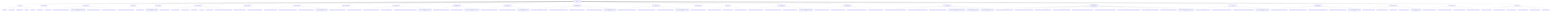
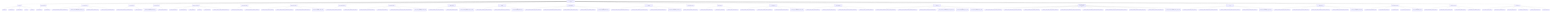
graph TD
    root["ToneSoul Documentation Authority"]
    root --> entrypoints["Entry Points"]
    entrypoints --> entrypoints_1["README.md"]
    entrypoints --> entrypoints_2["README.zh-TW.md"]
    entrypoints --> entrypoints_3["AI_ONBOARDING.md"]
    entrypoints --> entrypoints_4["INDEX.md"]
    entrypoints --> entrypoints_5["README.md"]
    root --> ai_operational_guides["AI Operational Guides"]
    ai_operational_guides --> ai_operational_guides_1["AI_QUICKSTART.md"]
    ai_operational_guides --> ai_operational_guides_2["AI_REFERENCE.md"]
    root --> canonical_architecture["Canonical Architecture"]
    canonical_architecture --> canonical_architecture_1["TONESOUL_EXTERNALIZED_COGNITIVE_ARCHITECTURE.md"]
    canonical_architecture --> canonical_architecture_2["TONESOUL_ARCHITECTURE_MEMORY_ANCHOR_2026-03-22.md"]
    canonical_architecture --> canonical_architecture_3["KNOWLEDGE_SURFACES_BOUNDARY_MAP.md"]
    canonical_architecture --> canonical_architecture_4["TONESOUL_EIGHT_LAYER_CONVERGENCE_MAP.md"]
    root --> deep_system_maps["Deep System Maps"]
    deep_system_maps --> deep_system_maps_1["TONESOUL_SYSTEM_OVERVIEW_AND_SUBSYSTEM_GUIDE.md"]
    deep_system_maps --> deep_system_maps_2["TONESOUL_ANATOMY.md"]
    root --> interpretive_readings["Interpretive Readings"]
    interpretive_readings --> interpretive_readings_1["TONESOUL_DEEP_READING_ANCHOR_2026-03-26.md"]
    interpretive_readings --> interpretive_readings_2["TONESOUL_CODEX_READING.md"]
    root --> governance_execution["Governance And Execution"]
    governance_execution --> governance_execution_1["7D_AUDIT_FRAMEWORK.md"]
    governance_execution --> governance_execution_2["7D_EXECUTION_SPEC.md"]
    governance_execution --> governance_execution_3["AUDIT_CONTRACT.md"]
    governance_execution --> governance_execution_4["API_SPEC.md"]
    governance_execution --> governance_execution_5["COUNCIL_RUNTIME.md"]
    governance_execution --> governance_execution_6["TONESOUL_SHARED_R_MEMORY_OPERATIONS_CONTRACT.md"]
    root --> claim_authority_distillation["Claim Authority Distillation"]
    claim_authority_distillation --> claim_authority_distillation_1["TONESOUL_CLAIM_AUTHORITY_MATRIX.md"]
    claim_authority_distillation --> claim_authority_distillation_2["TONESOUL_LAW_RUNTIME_BOUNDARY_CONTRACT.md"]
    root --> evidence_topology_and_verifiability["Evidence And Verifiability"]
    evidence_topology_and_verifiability --> evidence_topology_and_verifiability_1["TONESOUL_CLAIM_TO_EVIDENCE_MATRIX.md"]
    evidence_topology_and_verifiability --> evidence_topology_and_verifiability_2["TONESOUL_EVIDENCE_LADDER_AND_VERIFIABILITY_CONTRACT.md"]
    evidence_topology_and_verifiability --> evidence_topology_and_verifiability_3["TONESOUL_TEST_AND_VALIDATION_TOPOLOGY_MAP.md"]
    evidence_topology_and_verifiability --> evidence_topology_and_verifiability_4["tonesoul_evidence_followup_candidates_2026-03-29.md"]
    root --> subject_refresh_boundaries["Subject Refresh Boundaries"]
    subject_refresh_boundaries --> subject_refresh_boundaries_1["TONESOUL_SUBJECT_REFRESH_BOUNDARY_CONTRACT.md"]
    subject_refresh_boundaries --> subject_refresh_boundaries_2["TONESOUL_SUBJECT_SNAPSHOT_FIELD_LANES.md"]
    root --> control_plane_discipline["Control Plane Discipline"]
    control_plane_discipline --> control_plane_discipline_1["TONESOUL_TASK_TRACK_AND_READINESS_CONTRACT.md"]
    control_plane_discipline --> control_plane_discipline_2["TONESOUL_PLAN_DELTA_CONTRACT.md"]
    control_plane_discipline --> control_plane_discipline_3["TONESOUL_MIRROR_RUPTURE_FAIL_STOP_AND_LOW_DRIFT_ANCHOR_CONTRACT.md"]
    control_plane_discipline --> control_plane_discipline_4["tonesoul_control_plane_followup_candidates_2026-03-28.md"]
    root --> observable_shell_and_axiom_boundaries["Observable-Shell And Axiom Boundaries"]
    observable_shell_and_axiom_boundaries --> observable_shell_and_axiom_boundaries_1["TONESOUL_OBSERVABLE_SHELL_OPACITY_CONTRACT.md"]
    observable_shell_and_axiom_boundaries --> observable_shell_and_axiom_boundaries_2["TONESOUL_AXIOM_FALSIFICATION_MAP.md"]
    observable_shell_and_axiom_boundaries --> observable_shell_and_axiom_boundaries_3["tonesoul_observability_and_axiom_adoption_review_2026-03-28.md"]
    root --> council_deliberation_discipline["Council Deliberation Discipline"]
    council_deliberation_discipline --> council_deliberation_discipline_1["TONESOUL_COUNCIL_DOSSIER_AND_DISSENT_CONTRACT.md"]
    council_deliberation_discipline --> council_deliberation_discipline_2["TONESOUL_ADAPTIVE_DELIBERATION_MODE_CONTRACT.md"]
    council_deliberation_discipline --> council_deliberation_discipline_3["tonesoul_council_followup_candidates_2026-03-28.md"]
    root --> continuity_import_and_receiver_discipline["Continuity Import And Receiver Discipline"]
    continuity_import_and_receiver_discipline --> continuity_import_and_receiver_discipline_1["TONESOUL_CONTINUITY_IMPORT_AND_DECAY_CONTRACT.md"]
    continuity_import_and_receiver_discipline --> continuity_import_and_receiver_discipline_2["TONESOUL_RECEIVER_INTERPRETATION_BOUNDARY_CONTRACT.md"]
    continuity_import_and_receiver_discipline --> continuity_import_and_receiver_discipline_3["TONESOUL_CONTINUITY_SURFACE_LIFECYCLE_MAP.md"]
    continuity_import_and_receiver_discipline --> continuity_import_and_receiver_discipline_4["TONESOUL_WORKING_STYLE_CONTINUITY_CONTRACT.md"]
    continuity_import_and_receiver_discipline --> continuity_import_and_receiver_discipline_5["tonesoul_continuity_followup_candidates_2026-03-29.md"]
    root --> council_realism_and_calibration["Council Realism And Calibration"]
    council_realism_and_calibration --> council_realism_and_calibration_1["TONESOUL_COUNCIL_REALISM_AND_INDEPENDENCE_CONTRACT.md"]
    council_realism_and_calibration --> council_realism_and_calibration_2["TONESOUL_COUNCIL_CONFIDENCE_AND_CALIBRATION_MAP.md"]
    council_realism_and_calibration --> council_realism_and_calibration_3["TONESOUL_ADVERSARIAL_DELIBERATION_ADOPTION_MAP.md"]
    council_realism_and_calibration --> council_realism_and_calibration_4["tonesoul_council_realism_followup_candidates_2026-03-29.md"]
    root --> context_continuity_adoption["Context Continuity Adoption"]
    context_continuity_adoption --> context_continuity_adoption_1["TONESOUL_CONTEXT_CONTINUITY_ADOPTION_MAP.md"]
    root --> prompt_discipline_skeleton["Prompt Discipline"]
    prompt_discipline_skeleton --> prompt_discipline_skeleton_1["TONESOUL_PROMPT_DISCIPLINE_SKELETON.md"]
    prompt_discipline_skeleton --> prompt_discipline_skeleton_2["TONESOUL_PROMPT_VARIANTS.md"]
    prompt_discipline_skeleton --> prompt_discipline_skeleton_3["TONESOUL_PROMPT_STARTER_CARDS.md"]
    root --> prompt_surface_topology_and_adoption["Prompt Surface Topology And Adoption"]
    prompt_surface_topology_and_adoption --> prompt_surface_topology_and_adoption_1["TONESOUL_PROMPT_SURFACE_ADOPTION_MATRIX.md"]
    prompt_surface_topology_and_adoption --> prompt_surface_topology_and_adoption_2["TONESOUL_PROMPT_SURFACE_BOUNDARY_CONTRACT.md"]
    prompt_surface_topology_and_adoption --> prompt_surface_topology_and_adoption_3["TONESOUL_PROMPT_SURFACE_TOPOLOGY_MAP.md"]
    prompt_surface_topology_and_adoption --> prompt_surface_topology_and_adoption_4["tonesoul_prompt_adoption_followup_candidates_2026-03-29.md"]
    root --> reality_alignment_and_render_boundaries["Reality Alignment And Render Boundaries"]
    reality_alignment_and_render_boundaries --> reality_alignment_and_render_boundaries_1["TONESOUL_ENTRY_SURFACE_REALITY_BASELINE.md"]
    reality_alignment_and_render_boundaries --> reality_alignment_and_render_boundaries_2["TONESOUL_DOC_METRIC_AND_COUNT_METHOD.md"]
    reality_alignment_and_render_boundaries --> reality_alignment_and_render_boundaries_3["TONESOUL_RENDER_LAYER_AND_ENCODING_BOUNDARY_CONTRACT.md"]
    reality_alignment_and_render_boundaries --> reality_alignment_and_render_boundaries_4["TONESOUL_DOC_DRIFT_AND_CONFLICT_REGISTER.md"]
    root --> successor_continuity_and_hot_memory["Successor Continuity And Hot Memory"]
    successor_continuity_and_hot_memory --> successor_continuity_and_hot_memory_1["TONESOUL_SUCCESSOR_COLLABORATION_AND_HOT_MEMORY_CONTRACT.md"]
    successor_continuity_and_hot_memory --> successor_continuity_and_hot_memory_2["TONESOUL_LOW_DRIFT_ANCHOR_SOURCE_PRECEDENCE_CONTRACT.md"]
    successor_continuity_and_hot_memory --> successor_continuity_and_hot_memory_3["TONESOUL_HOT_MEMORY_DECAY_AND_COMPRESSION_MAP.md"]
    successor_continuity_and_hot_memory --> successor_continuity_and_hot_memory_4["tonesoul_successor_collaboration_and_hot_memory_program_2026-04-02.md"]
    successor_continuity_and_hot_memory --> successor_continuity_and_hot_memory_5["tonesoul_subsystem_parity_and_gap_map_2026-04-02.md"]
    successor_continuity_and_hot_memory --> successor_continuity_and_hot_memory_6["tonesoul_successor_sidecar_residue_triage_2026-04-02.md"]
    root --> research_driven_memory_interop_and_knowledge_layer["Research-Driven Memory Interop And Knowledge Layer"]
    research_driven_memory_interop_and_knowledge_layer --> research_driven_memory_interop_and_knowledge_layer_1["TONESOUL_CROSS_AGENT_MEMORY_CONSUMER_CONTRACT.md"]
    research_driven_memory_interop_and_knowledge_layer --> research_driven_memory_interop_and_knowledge_layer_2["TONESOUL_CLAUDE_COMPATIBLE_ENTRY_ADAPTER_CONTRACT.md"]
    research_driven_memory_interop_and_knowledge_layer --> research_driven_memory_interop_and_knowledge_layer_3["TONESOUL_KNOWLEDGE_LAYER_BOUNDARY_CONTRACT.md"]
    research_driven_memory_interop_and_knowledge_layer --> research_driven_memory_interop_and_knowledge_layer_4["TONESOUL_LAUNCH_HEALTH_TREND_READOUT_CONTRACT.md"]
    research_driven_memory_interop_and_knowledge_layer --> research_driven_memory_interop_and_knowledge_layer_5["TONESOUL_INTERNAL_STATE_OBSERVABILITY_REALITY_CHECK_CONTRACT.md"]
    research_driven_memory_interop_and_knowledge_layer --> research_driven_memory_interop_and_knowledge_layer_6["TONESOUL_SURFACE_VERSIONING_AND_CONSUMER_LINEAGE_CONTRACT.md"]
    research_driven_memory_interop_and_knowledge_layer --> research_driven_memory_interop_and_knowledge_layer_7["TONESOUL_KNOWLEDGE_LAYER_SOURCE_TAXONOMY_AND_PARKING_CONTRACT.md"]
    research_driven_memory_interop_and_knowledge_layer --> research_driven_memory_interop_and_knowledge_layer_8["TONESOUL_COMPILED_KNOWLEDGE_LANDING_ZONE_SPEC.md"]
    research_driven_memory_interop_and_knowledge_layer --> research_driven_memory_interop_and_knowledge_layer_9["TONESOUL_OPERATOR_RETRIEVAL_QUERY_CONTRACT.md"]
    research_driven_memory_interop_and_knowledge_layer --> research_driven_memory_interop_and_knowledge_layer_10["tonesoul_research_lines_and_memory_interop_program_2026-04-06.md"]
    root --> bounded_self_improvement_loop["Bounded Self-Improvement Loop"]
    bounded_self_improvement_loop --> bounded_self_improvement_loop_1["TONESOUL_SELF_IMPROVEMENT_LOOP_V0_SPEC.md"]
    bounded_self_improvement_loop --> bounded_self_improvement_loop_2["TONESOUL_SELF_IMPROVEMENT_EVALUATOR_HARNESS_CONTRACT.md"]
    bounded_self_improvement_loop --> bounded_self_improvement_loop_3["TONESOUL_EXPERIMENT_REGISTRY_AND_LINEAGE_BOUNDARY_CONTRACT.md"]
-     bounded_self_improvement_loop --> bounded_self_improvement_loop_4["tonesoul_self_improvement_loop_v0_program_2026-04-06.md"]
+     bounded_self_improvement_loop --> bounded_self_improvement_loop_4["TONESOUL_BOUNDED_MUTATION_SPACE_CONTRACT.md"]
+     bounded_self_improvement_loop --> bounded_self_improvement_loop_5["tonesoul_self_improvement_loop_v0_program_2026-04-06.md"]
    root --> entry_simplification_and_lineage_routing["Entry Simplification And Lineage Routing"]
    entry_simplification_and_lineage_routing --> entry_simplification_and_lineage_routing_1["TONESOUL_AUDIENCE_ROUTING_AND_ENTRY_CONTRACT.md"]
    entry_simplification_and_lineage_routing --> entry_simplification_and_lineage_routing_2["TONESOUL_HISTORICAL_SPEC_AND_LEGACY_SURFACE_MAP.md"]
    entry_simplification_and_lineage_routing --> entry_simplification_and_lineage_routing_3["TONESOUL_DOC_SURFACE_SIMPLIFICATION_BOUNDARY_CONTRACT.md"]
    entry_simplification_and_lineage_routing --> entry_simplification_and_lineage_routing_4["TONESOUL_ENCODING_AND_MOJIBAKE_HAZARD_REGISTER.md"]
    entry_simplification_and_lineage_routing --> entry_simplification_and_lineage_routing_5["tonesoul_docs_cleanup_wave_candidates_2026-03-29.md"]
    root --> doc_governance["Documentation Governance"]
    doc_governance --> doc_governance_1["DOCS_INFORMATION_ARCHITECTURE_v1.md"]
    doc_governance --> doc_governance_2["DOCS_CLASSIFICATION_LEDGER_v1.md"]
    doc_governance --> doc_governance_3["FILE_PURPOSE_MAP.md"]
    doc_governance --> doc_governance_4["doc_convergence_inventory_latest.json"]
    doc_governance --> doc_governance_5["doc_convergence_cleanup_plan_2026-03-22.md"]
    root --> convergence_contracts["Convergence Contracts"]
    convergence_contracts --> convergence_contracts_1["BASENAME_DIVERGENCE_DISTILLATION_MAP.md"]
    convergence_contracts --> convergence_contracts_2["PRIVATE_MEMORY_SHADOW_BOUNDARY_MAP.md"]
    convergence_contracts --> convergence_contracts_3["PARADOX_FIXTURE_OWNERSHIP_MAP.md"]
    convergence_contracts --> convergence_contracts_4["ENGINEERING_MIRROR_OWNERSHIP_MAP.md"]
    root --> generated_status["Generated Status"]
    generated_status --> generated_status_1["doc_convergence_inventory_latest.json"]
    generated_status --> generated_status_2["basename_divergence_distillation_latest.json"]
    generated_status --> generated_status_3["private_memory_shadow_latest.json"]
    generated_status --> generated_status_4["paradox_fixture_ownership_latest.json"]
    generated_status --> generated_status_5["engineering_mirror_ownership_latest.json"]
    generated_status --> generated_status_6["claim_authority_latest.json"]
